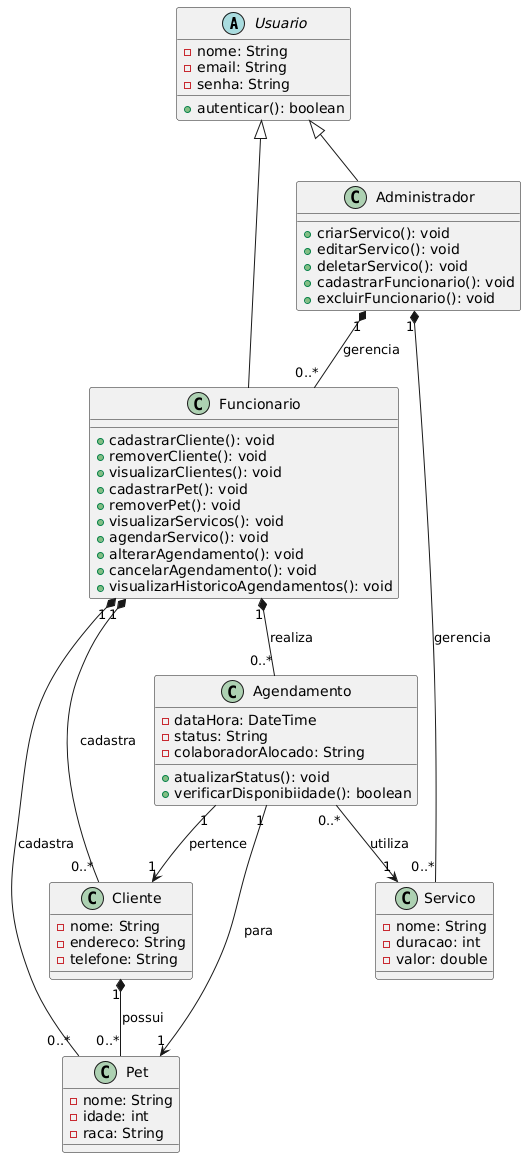
dayvisonmsilva/petshop-app-completo keeps this PlantUML diagram as backend-docs/diagrams/diagrama-de-classes.png. Above is the earlier version. Source of this version:
```plantuml
@startuml
abstract class Usuario {
- nome: String
- email: String
- senha: String
+ autenticar(): boolean
}

class Administrador {
+ criarServico(): void
+ editarServico(): void
+ deletarServico(): void
+ cadastrarFuncionario(): void
+ excluirFuncionario(): void
}

class Funcionario {
+ cadastrarCliente(): void
+ removerCliente(): void
+ visualizarClientes(): void
+ cadastrarPet(): void
+ removerPet(): void
+ visualizarServicos(): void
+ agendarServico(): void
+ alterarAgendamento(): void
+ cancelarAgendamento(): void
+ visualizarHistoricoAgendamentos(): void
}

class Cliente {
- nome: String
- endereco: String
- telefone: String
}

class Pet {
- nome: String
- idade: int
- raca: String
}

class Servico {
- nome: String
- duracao: int
- valor: double
}

class Agendamento {
- dataHora: DateTime
- status: String
- colaboradorAlocado: String
+ atualizarStatus(): void
+ verificarDisponibiidade(): boolean
}

Usuario <|-- Administrador
Usuario <|-- Funcionario

Administrador "1" *-- "0..*" Servico : gerencia
Administrador "1" *-- "0..*" Funcionario : gerencia

Funcionario "1" *-- "0..*" Agendamento : realiza
Funcionario "1" *-- "0..*" Cliente : cadastra
Funcionario "1" *-- "0..*" Pet : cadastra

Agendamento "0..*" --> "1" Servico : utiliza
Agendamento "1" --> "1" Cliente : pertence
Agendamento "1" --> "1" Pet : para

Cliente "1" *-- "0..*" Pet : possui
@enduml
```
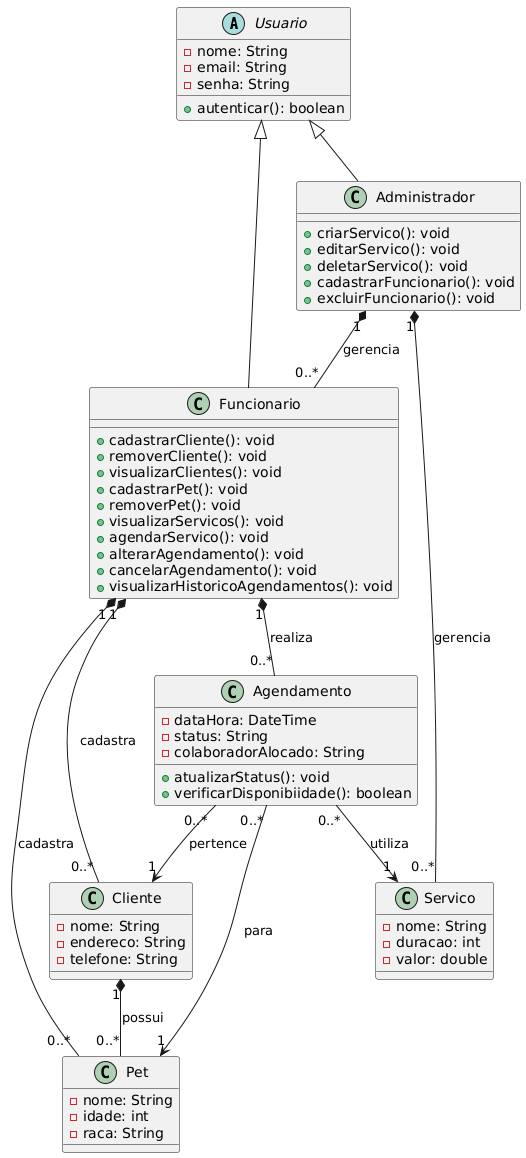
Later version of the same file.

Commit message:
docs(class diagram): correção de cardinalidade - agendamento para cliente - agendamento para pet

Change to the diagram source:
```diff
@@ -64,8 +64,8 @@
 Funcionario "1" *-- "0..*" Pet : cadastra
 
 Agendamento "0..*" --> "1" Servico : utiliza
-Agendamento "1" --> "1" Cliente : pertence
-Agendamento "1" --> "1" Pet : para
+Agendamento "0..*" --> "1" Cliente : pertence
+Agendamento "0..*" --> "1" Pet : para
 
 Cliente "1" *-- "0..*" Pet : possui
 @enduml
```
